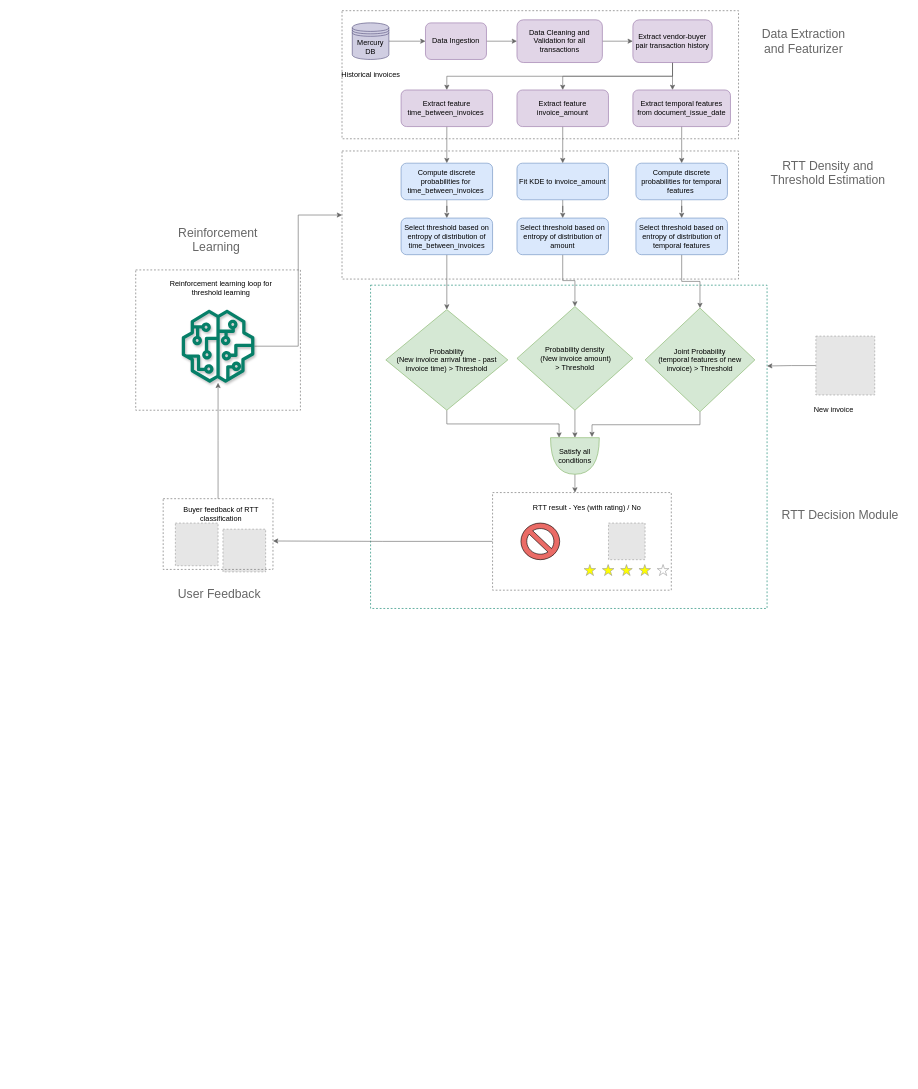
Above: Untitled Diagram.drawio in sjster/draw.io (draw.io), before the change. Source tidied: cells renumbered, new cells numbered last; positions are measured from the earlier drawing's top-left corner, leaving out a move shared by most shapes. Both pictures are drawn from the tidied source at 61%, with x=0, y=0 at pixel (135, 10). Pictures stored in the file or linked from it are replaced by grey dashed boxes.
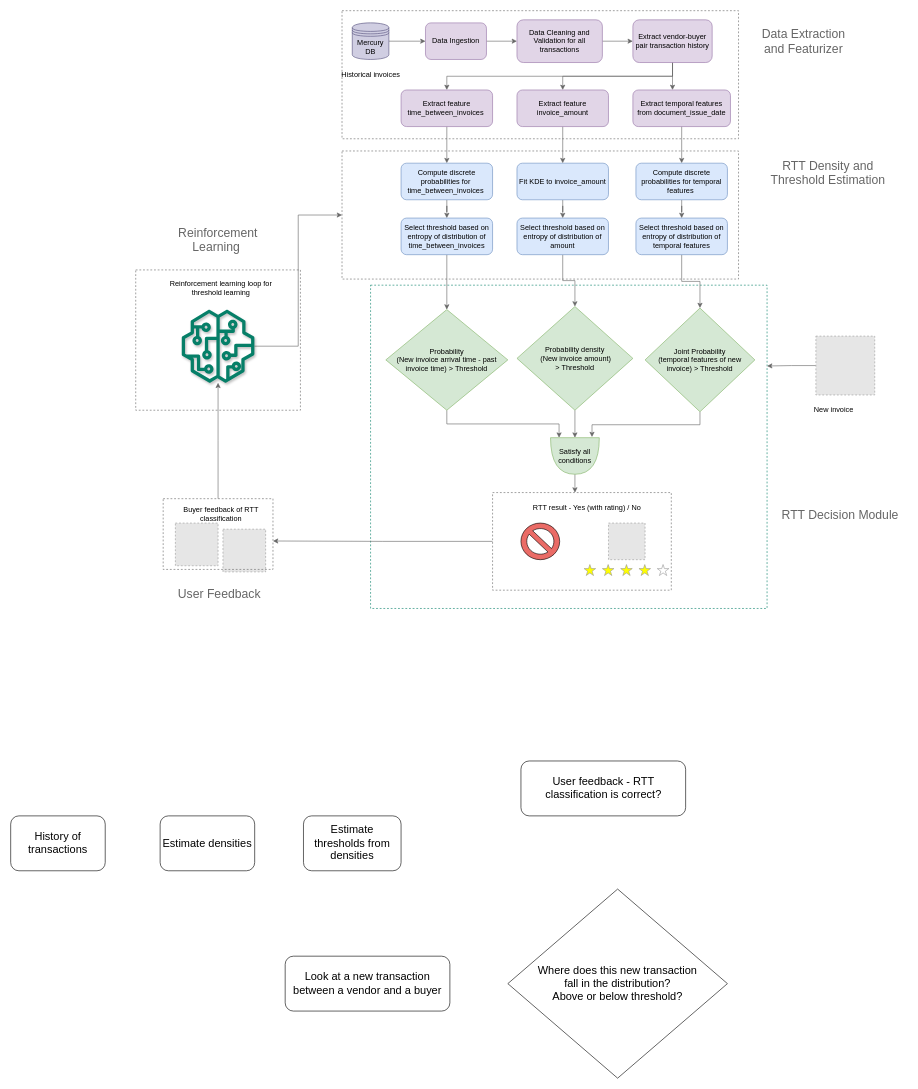
The same page after the edit.

What changed in the source:
```diff
@@
+    <mxCell id="66" value="&lt;font style=&quot;font-size: 18px;&quot;&gt;Estimate densities&lt;/font&gt;" style="rounded=1;whiteSpace=wrap;html=1;" parent="1" vertex="1">
+      <mxGeometry x="40" y="1320" width="155" height="90" as="geometry" />
+    </mxCell>
+    <mxCell id="67" value="&lt;font style=&quot;font-size: 18px;&quot;&gt;Estimate thresholds from densities&lt;/font&gt;" style="rounded=1;whiteSpace=wrap;html=1;" parent="1" vertex="1">
+      <mxGeometry x="275" y="1320" width="160" height="90" as="geometry" />
+    </mxCell>
+    <mxCell id="68" value="&lt;font style=&quot;font-size: 18px;&quot;&gt;Look at a new transaction between a vendor and a buyer&lt;/font&gt;" style="rounded=1;whiteSpace=wrap;html=1;" parent="1" vertex="1">
+      <mxGeometry x="245" y="1550" width="270" height="90" as="geometry" />
+    </mxCell>
+    <mxCell id="69" value="&lt;font style=&quot;font-size: 18px;&quot;&gt;History of transactions&lt;/font&gt;" style="rounded=1;whiteSpace=wrap;html=1;" parent="1" vertex="1">
+      <mxGeometry x="-205" y="1320" width="155" height="90" as="geometry" />
+    </mxCell>
+    <mxCell id="70" value="Where does this new transaction &lt;br&gt;fall in the distribution?&lt;br&gt;Above or below threshold?" style="rhombus;whiteSpace=wrap;html=1;fontSize=18;" parent="1" vertex="1">
+      <mxGeometry x="610" y="1440" width="360" height="310" as="geometry" />
+    </mxCell>
+    <mxCell id="71" value="&lt;font style=&quot;font-size: 18px;&quot;&gt;User feedback - RTT classification is correct?&lt;/font&gt;" style="rounded=1;whiteSpace=wrap;html=1;" parent="1" vertex="1">
+      <mxGeometry x="631.5" y="1230" width="270" height="90" as="geometry" />
+    </mxCell>
```
